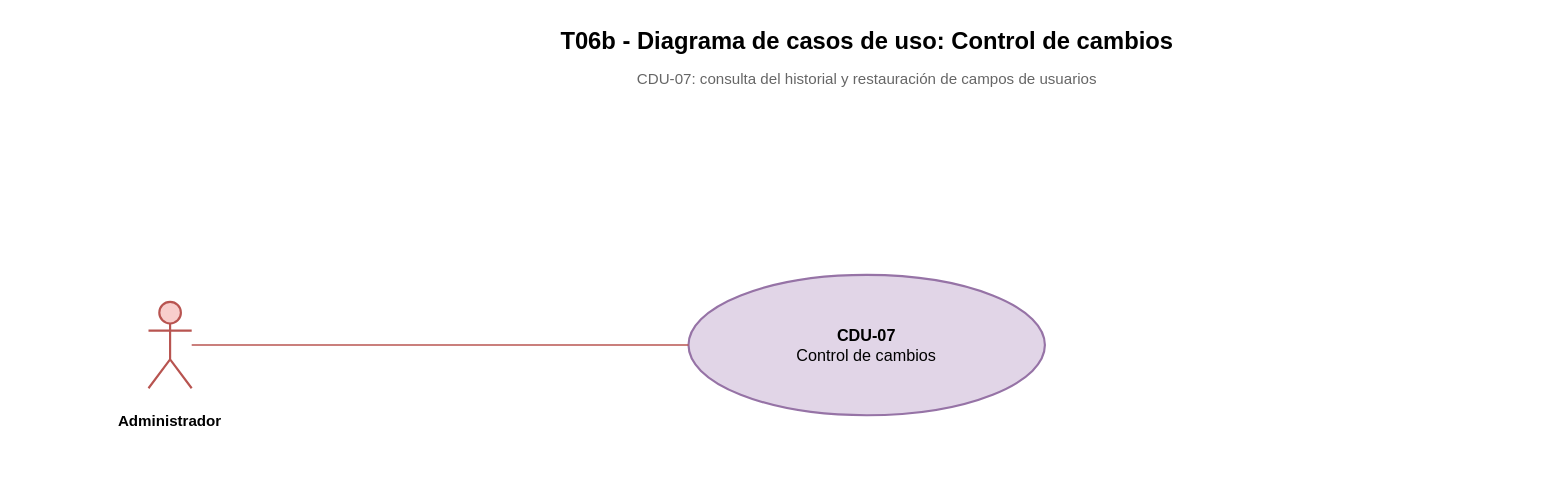
Before: Diagramas/Casos de Uso/T06b - CDU-07 - Control de cambios - Casos de uso.drawio in juanNH/Ingenieria-de-Software, a draw.io diagram. Source tidied: cells renumbered, new cells numbered last; positions are measured from the earlier drawing's top-left corner, leaving out a move shared by most shapes. Both pictures are drawn from the tidied source at 108%, with x=0, y=0 at pixel (18, 18).
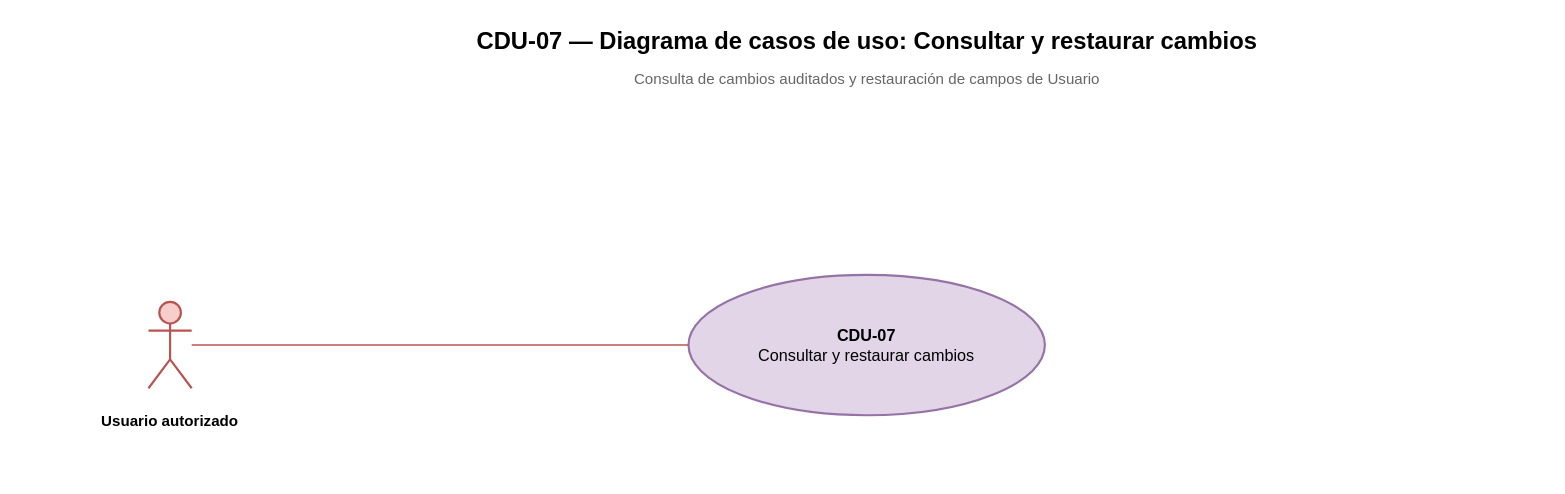
After the change.

Change to the diagram source:
```diff
@@
 <mxGraphModel>
   <root>
     <mxCell id="0" />
     <mxCell id="1" parent="0" />
-    <mxCell id="2" value="T06b - Diagrama de casos de uso: Control de cambios" style="text;html=1;strokeColor=none;fillColor=none;fontStyle=1;fontSize=22;align=center;verticalAlign=middle;fontFamily=Arial;" parent="1" vertex="1">
+    <mxCell id="2" value="CDU-07 — Diagrama de casos de uso: Consultar y restaurar cambios" style="text;html=1;strokeColor=none;fillColor=none;fontStyle=1;fontSize=22;align=center;verticalAlign=middle;fontFamily=Arial;" parent="1" vertex="1">
       <mxGeometry x="155" width="1260" height="42" as="geometry" />
     </mxCell>
-    <mxCell id="3" value="CDU-07: consulta del historial y restauración de campos de usuarios" style="text;html=1;strokeColor=none;fillColor=none;fontSize=14;align=center;verticalAlign=middle;fontColor=#666666;fontFamily=Arial;" parent="1" vertex="1">
+    <mxCell id="3" value="Consulta de cambios auditados y restauración de campos de Usuario" style="text;html=1;strokeColor=none;fillColor=none;fontSize=14;align=center;verticalAlign=middle;fontColor=#666666;fontFamily=Arial;" parent="1" vertex="1">
       <mxGeometry x="335" y="42" width="900" height="28" as="geometry" />
     </mxCell>
-    <mxCell id="4" value="&lt;b&gt;CDU-07&lt;/b&gt;&lt;br&gt;Control de cambios" style="ellipse;whiteSpace=wrap;html=1;fillColor=#e1d5e7;strokeColor=#9673a6;strokeWidth=2;fontSize=15;fontFamily=Arial;align=center;verticalAlign=middle;" parent="1" vertex="1">
+    <mxCell id="4" value="&lt;b&gt;CDU-07&lt;/b&gt;&lt;br&gt;Consultar y restaurar cambios" style="ellipse;whiteSpace=wrap;html=1;fillColor=#e1d5e7;strokeColor=#9673a6;strokeWidth=2;fontSize=15;fontFamily=Arial;align=center;verticalAlign=middle;" parent="1" vertex="1">
       <mxGeometry x="620" y="237" width="330" height="130" as="geometry" />
     </mxCell>
     <mxCell id="5" style="shape=umlActor;html=1;fillColor=#f8cecc;strokeColor=#b85450;strokeWidth=2;" parent="1" vertex="1">
       <mxGeometry x="120" y="262" width="40" height="80" as="geometry" />
     </mxCell>
-    <mxCell id="6" value="&lt;b&gt;Administrador&lt;/b&gt;" style="text;html=1;strokeColor=none;fillColor=none;fontSize=14;fontFamily=Arial;align=center;verticalAlign=top;whiteSpace=wrap;" parent="1" vertex="1">
+    <mxCell id="6" value="&lt;b&gt;Usuario autorizado&lt;/b&gt;" style="text;html=1;strokeColor=none;fillColor=none;fontSize=14;fontFamily=Arial;align=center;verticalAlign=top;whiteSpace=wrap;" parent="1" vertex="1">
       <mxGeometry y="357" width="280" height="66" as="geometry" />
     </mxCell>
     <mxCell id="7" style="rounded=0;html=1;endArrow=none;startArrow=none;strokeColor=#b85450;strokeWidth=1.5;exitX=1;exitY=0.5;entryX=0;entryY=0.5;" parent="1" edge="1" source="5" target="4">
       <mxGeometry relative="1" as="geometry" />
     </mxCell>
   </root>
 </mxGraphModel>
```
